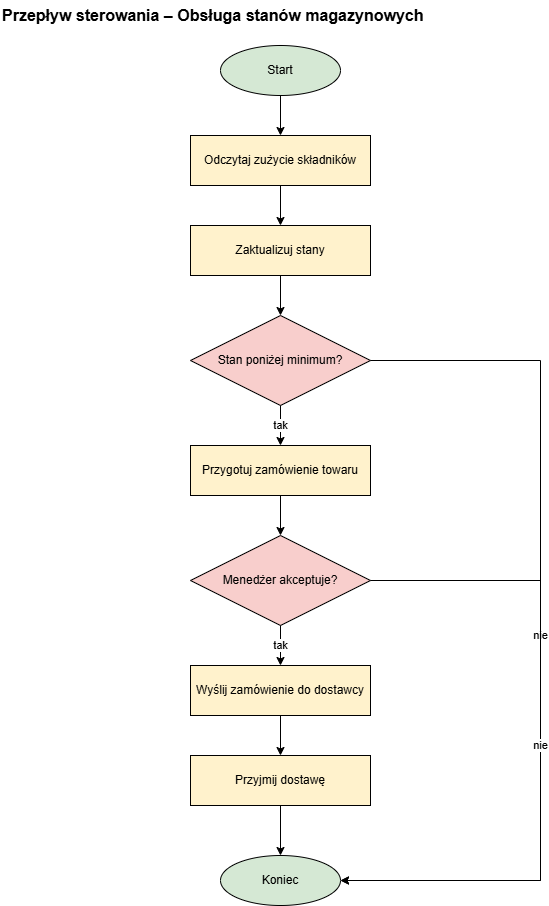
Earlier version of the draw.io export diagramy/03_przeplyw_sterowania/cfd_4_magazyn.png (olimo54323/OiZPI-laboratorium). Source tidied: cells renumbered, new cells last; positions are measured from the earlier drawing's top-left corner, leaving out a move shared by most shapes. Source of this version:
```xml
<mxGraphModel>
  <root>
    <mxCell id="0" />
    <mxCell id="1" parent="0" />
    <mxCell id="2" value="Przepływ sterowania – Obsługa stanów magazynowych" style="text;html=1;align=left;verticalAlign=middle;fontSize=16;fontStyle=1;" parent="1" vertex="1">
      <mxGeometry width="480" height="30" as="geometry" />
    </mxCell>
    <mxCell id="3" value="Start" style="ellipse;whiteSpace=wrap;html=1;fillColor=#d5e8d4;strokeColor=#000000;fontSize=12;" parent="1" vertex="1">
      <mxGeometry x="220" y="45" width="120" height="50" as="geometry" />
    </mxCell>
    <mxCell id="4" value="Odczytaj zużycie składników" style="rounded=0;whiteSpace=wrap;html=1;fillColor=#fff2cc;strokeColor=#000000;fontSize=12;" parent="1" vertex="1">
      <mxGeometry x="190" y="135" width="180" height="50" as="geometry" />
    </mxCell>
    <mxCell id="5" value="Zaktualizuj stany" style="rounded=0;whiteSpace=wrap;html=1;fillColor=#fff2cc;strokeColor=#000000;fontSize=12;" parent="1" vertex="1">
      <mxGeometry x="190" y="225" width="180" height="50" as="geometry" />
    </mxCell>
    <mxCell id="6" value="Stan poniżej minimum?" style="rhombus;whiteSpace=wrap;html=1;fillColor=#f8cecc;strokeColor=#000000;fontSize=12;" parent="1" vertex="1">
      <mxGeometry x="190" y="315" width="180" height="90" as="geometry" />
    </mxCell>
    <mxCell id="7" value="Przygotuj zamówienie towaru" style="rounded=0;whiteSpace=wrap;html=1;fillColor=#fff2cc;strokeColor=#000000;fontSize=12;" parent="1" vertex="1">
      <mxGeometry x="190" y="445" width="180" height="50" as="geometry" />
    </mxCell>
    <mxCell id="8" value="Menedżer akceptuje?" style="rhombus;whiteSpace=wrap;html=1;fillColor=#f8cecc;strokeColor=#000000;fontSize=12;" parent="1" vertex="1">
      <mxGeometry x="190" y="535" width="180" height="90" as="geometry" />
    </mxCell>
    <mxCell id="9" value="Wyślij zamówienie do dostawcy" style="rounded=0;whiteSpace=wrap;html=1;fillColor=#fff2cc;strokeColor=#000000;fontSize=12;" parent="1" vertex="1">
      <mxGeometry x="190" y="665" width="180" height="50" as="geometry" />
    </mxCell>
    <mxCell id="10" value="Przyjmij dostawę" style="rounded=0;whiteSpace=wrap;html=1;fillColor=#fff2cc;strokeColor=#000000;fontSize=12;" parent="1" vertex="1">
      <mxGeometry x="190" y="755" width="180" height="50" as="geometry" />
    </mxCell>
    <mxCell id="11" value="Koniec" style="ellipse;whiteSpace=wrap;html=1;fillColor=#d5e8d4;strokeColor=#000000;fontSize=12;" parent="1" vertex="1">
      <mxGeometry x="220" y="855" width="120" height="50" as="geometry" />
    </mxCell>
    <mxCell id="12" style="endArrow=classic;html=1;rounded=0;edgeStyle=orthogonalEdgeStyle;labelBackgroundColor=#ffffff;fontSize=11;strokeColor=#000000;" parent="1" edge="1" source="3" target="4">
      <mxGeometry relative="1" as="geometry" />
    </mxCell>
    <mxCell id="13" style="endArrow=classic;html=1;rounded=0;edgeStyle=orthogonalEdgeStyle;labelBackgroundColor=#ffffff;fontSize=11;strokeColor=#000000;" parent="1" edge="1" source="4" target="5">
      <mxGeometry relative="1" as="geometry" />
    </mxCell>
    <mxCell id="14" style="endArrow=classic;html=1;rounded=0;edgeStyle=orthogonalEdgeStyle;labelBackgroundColor=#ffffff;fontSize=11;strokeColor=#000000;" parent="1" edge="1" source="5" target="6">
      <mxGeometry relative="1" as="geometry" />
    </mxCell>
    <mxCell id="15" value="tak" style="endArrow=classic;html=1;rounded=0;edgeStyle=orthogonalEdgeStyle;labelBackgroundColor=#ffffff;fontSize=11;strokeColor=#000000;exitX=0.5;exitY=1;exitDx=0;exitDy=0;entryX=0.5;entryY=0;entryDx=0;entryDy=0;" parent="1" edge="1" source="6" target="7">
      <mxGeometry relative="1" as="geometry" />
    </mxCell>
    <mxCell id="16" value="nie" style="endArrow=classic;html=1;rounded=0;edgeStyle=orthogonalEdgeStyle;labelBackgroundColor=#ffffff;fontSize=11;strokeColor=#000000;exitX=1;exitY=0.5;exitDx=0;exitDy=0;entryX=1;entryY=0.5;entryDx=0;entryDy=0;" parent="1" edge="1" source="6" target="11">
      <mxGeometry relative="1" as="geometry">
        <Array as="points">
          <mxPoint x="540" y="360" />
          <mxPoint x="540" y="880" />
        </Array>
      </mxGeometry>
    </mxCell>
    <mxCell id="17" style="endArrow=classic;html=1;rounded=0;edgeStyle=orthogonalEdgeStyle;labelBackgroundColor=#ffffff;fontSize=11;strokeColor=#000000;" parent="1" edge="1" source="7" target="8">
      <mxGeometry relative="1" as="geometry" />
    </mxCell>
    <mxCell id="18" value="tak" style="endArrow=classic;html=1;rounded=0;edgeStyle=orthogonalEdgeStyle;labelBackgroundColor=#ffffff;fontSize=11;strokeColor=#000000;exitX=0.5;exitY=1;exitDx=0;exitDy=0;entryX=0.5;entryY=0;entryDx=0;entryDy=0;" parent="1" edge="1" source="8" target="9">
      <mxGeometry relative="1" as="geometry" />
    </mxCell>
    <mxCell id="19" value="nie" style="endArrow=classic;html=1;rounded=0;edgeStyle=orthogonalEdgeStyle;labelBackgroundColor=#ffffff;fontSize=11;strokeColor=#000000;exitX=1;exitY=0.5;exitDx=0;exitDy=0;entryX=1;entryY=0.5;entryDx=0;entryDy=0;" parent="1" edge="1" source="8" target="11">
      <mxGeometry relative="1" as="geometry">
        <Array as="points">
          <mxPoint x="540" y="580" />
          <mxPoint x="540" y="880" />
        </Array>
      </mxGeometry>
    </mxCell>
    <mxCell id="20" style="endArrow=classic;html=1;rounded=0;edgeStyle=orthogonalEdgeStyle;labelBackgroundColor=#ffffff;fontSize=11;strokeColor=#000000;" parent="1" edge="1" source="9" target="10">
      <mxGeometry relative="1" as="geometry" />
    </mxCell>
    <mxCell id="21" style="endArrow=classic;html=1;rounded=0;edgeStyle=orthogonalEdgeStyle;labelBackgroundColor=#ffffff;fontSize=11;strokeColor=#000000;" parent="1" edge="1" source="10" target="11">
      <mxGeometry relative="1" as="geometry" />
    </mxCell>
  </root>
</mxGraphModel>
```
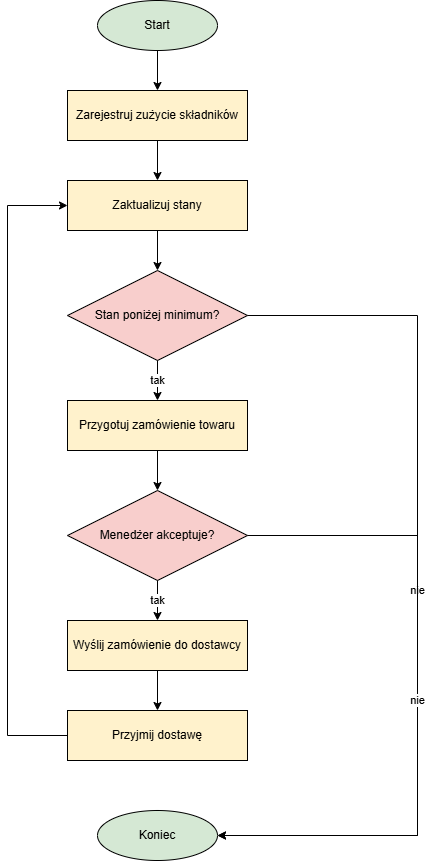
The same diagram one commit later.

The edit, as a diff of the source:
```diff
@@ -2,13 +2,10 @@
   <root>
     <mxCell id="0" />
     <mxCell id="1" parent="0" />
-    <mxCell id="2" value="Przepływ sterowania – Obsługa stanów magazynowych" style="text;html=1;align=left;verticalAlign=middle;fontSize=16;fontStyle=1;" parent="1" vertex="1">
-      <mxGeometry width="480" height="30" as="geometry" />
-    </mxCell>
     <mxCell id="3" value="Start" style="ellipse;whiteSpace=wrap;html=1;fillColor=#d5e8d4;strokeColor=#000000;fontSize=12;" parent="1" vertex="1">
       <mxGeometry x="220" y="45" width="120" height="50" as="geometry" />
     </mxCell>
-    <mxCell id="4" value="Odczytaj zużycie składników" style="rounded=0;whiteSpace=wrap;html=1;fillColor=#fff2cc;strokeColor=#000000;fontSize=12;" parent="1" vertex="1">
+    <mxCell id="4" value="Zarejestruj zużycie składników" style="rounded=0;whiteSpace=wrap;html=1;fillColor=#fff2cc;strokeColor=#000000;fontSize=12;" parent="1" vertex="1">
       <mxGeometry x="190" y="135" width="180" height="50" as="geometry" />
     </mxCell>
     <mxCell id="5" value="Zaktualizuj stany" style="rounded=0;whiteSpace=wrap;html=1;fillColor=#fff2cc;strokeColor=#000000;fontSize=12;" parent="1" vertex="1">
@@ -69,8 +66,13 @@
     <mxCell id="20" style="endArrow=classic;html=1;rounded=0;edgeStyle=orthogonalEdgeStyle;labelBackgroundColor=#ffffff;fontSize=11;strokeColor=#000000;" parent="1" edge="1" source="9" target="10">
       <mxGeometry relative="1" as="geometry" />
     </mxCell>
-    <mxCell id="21" style="endArrow=classic;html=1;rounded=0;edgeStyle=orthogonalEdgeStyle;labelBackgroundColor=#ffffff;fontSize=11;strokeColor=#000000;" parent="1" edge="1" source="10" target="11">
-      <mxGeometry relative="1" as="geometry" />
+    <mxCell id="21" style="endArrow=classic;html=1;rounded=0;edgeStyle=orthogonalEdgeStyle;labelBackgroundColor=#ffffff;fontSize=11;strokeColor=#000000;exitX=0;exitY=0.5;exitDx=0;exitDy=0;entryX=0;entryY=0.5;entryDx=0;entryDy=0;" parent="1" edge="1" source="10" target="5">
+      <mxGeometry relative="1" as="geometry">
+        <Array as="points">
+          <mxPoint x="130" y="780" />
+          <mxPoint x="130" y="250" />
+        </Array>
+      </mxGeometry>
     </mxCell>
   </root>
 </mxGraphModel>
```
